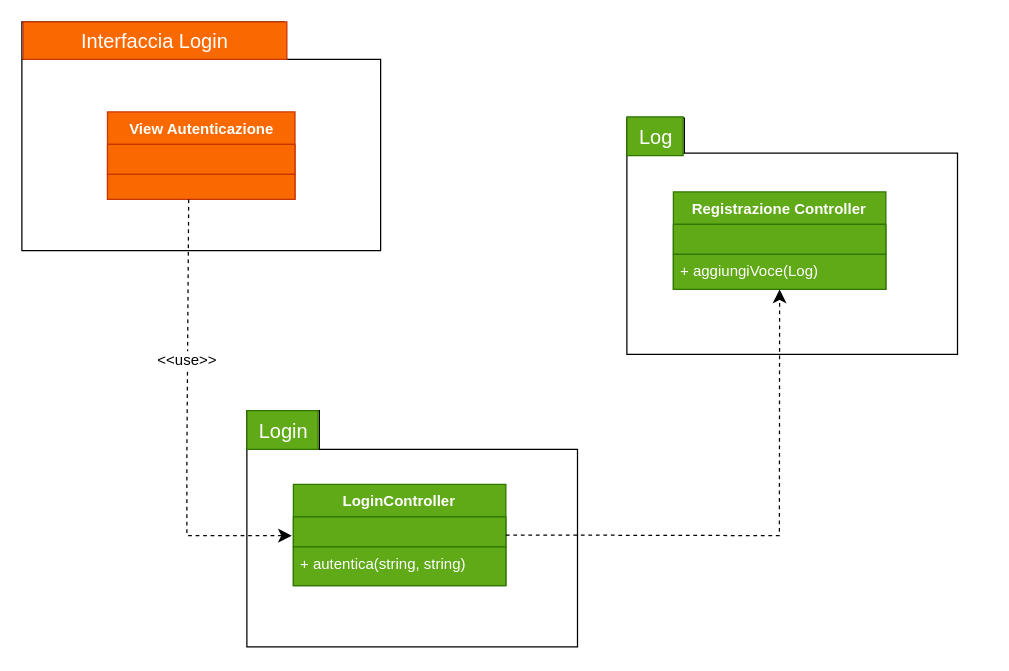
This is Diagrammi_Package/Classi/Login.drawio from JosephBoom02/Progetto_Ingegneria_del_Software, a draw.io file, before an edit. Source tidied: cells renumbered, new cells numbered last; positions are measured from the earlier drawing's top-left corner, leaving out a move shared by most shapes. Both pictures are drawn from the tidied source at 125%, with x=0, y=0 at pixel (21, 21).
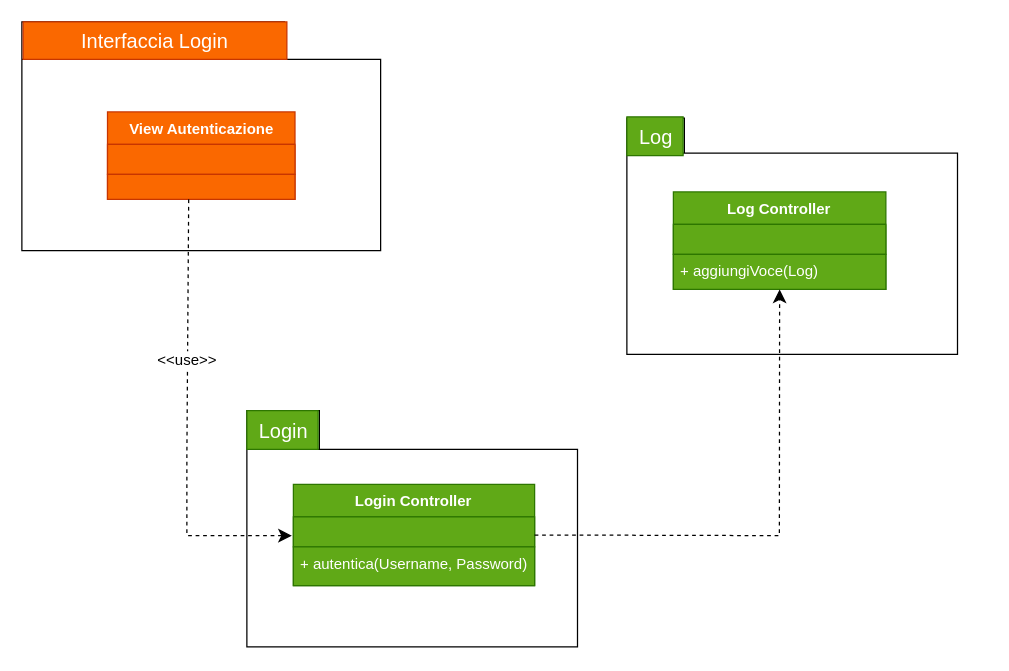
The same diagram, later.

The edit, as a diff of the source:
```diff
@@
-    <mxCell id="11" value="LoginController" style="swimlane;fontStyle=1;align=center;verticalAlign=top;horizontal=1;startSize=26;whiteSpace=wrap;html=1;fillColor=#60a917;fontColor=#ffffff;strokeColor=#2D7600;" parent="1" vertex="1">
-      <mxGeometry x="217.2" y="370" width="170" height="81" as="geometry" />
+    <mxCell id="11" value="Login Controller" style="swimlane;fontStyle=1;align=center;verticalAlign=top;horizontal=1;startSize=26;whiteSpace=wrap;html=1;fillColor=#60a917;fontColor=#ffffff;strokeColor=#2D7600;" parent="1" vertex="1">
+      <mxGeometry x="217.2" y="370" width="193" height="81" as="geometry" />
     </mxCell>
     <mxCell id="12" style="text;strokeColor=#2D7600;fillColor=#60a917;align=left;verticalAlign=top;spacingLeft=4;spacingRight=4;overflow=hidden;whiteSpace=wrap;html=1;fontColor=#ffffff;" parent="11" vertex="1">
-      <mxGeometry y="26" width="170" height="24" as="geometry" />
+      <mxGeometry y="26" width="193" height="24" as="geometry" />
     </mxCell>
     <mxCell id="13" style="line;strokeWidth=1;fillColor=#fa6800;align=left;verticalAlign=middle;spacingTop=-1;spacingLeft=3;spacingRight=3;labelPosition=right;strokeColor=#FF8000;fontColor=#000000;" parent="11" vertex="1">
-      <mxGeometry y="50" width="170" as="geometry" />
+      <mxGeometry y="50" width="193" as="geometry" />
     </mxCell>
-    <mxCell id="14" value="+ autentica(string, string)" style="text;strokeColor=#2D7600;fillColor=#60a917;align=left;verticalAlign=top;spacingLeft=4;spacingRight=4;overflow=hidden;whiteSpace=wrap;html=1;fontColor=#ffffff;" parent="11" vertex="1">
-      <mxGeometry y="50" width="170" height="31" as="geometry" />
+    <mxCell id="14" value="+ autentica(Username, Password)" style="text;strokeColor=#2D7600;fillColor=#60a917;align=left;verticalAlign=top;spacingLeft=4;spacingRight=4;overflow=hidden;whiteSpace=wrap;html=1;fontColor=#ffffff;" parent="11" vertex="1">
+      <mxGeometry y="50" width="193" height="31" as="geometry" />
     </mxCell>
@@
-    <mxCell id="21" value="Registrazione Controller" style="swimlane;fontStyle=1;align=center;verticalAlign=top;horizontal=1;startSize=26;whiteSpace=wrap;html=1;fillColor=#60a917;fontColor=#ffffff;strokeColor=#2D7600;" parent="1" vertex="1">
+    <mxCell id="21" value="Log Controller" style="swimlane;fontStyle=1;align=center;verticalAlign=top;horizontal=1;startSize=26;whiteSpace=wrap;html=1;fillColor=#60a917;fontColor=#ffffff;strokeColor=#2D7600;" parent="1" vertex="1">
       <mxGeometry x="521.2" y="136" width="170" height="78" as="geometry" />
     </mxCell>
```
